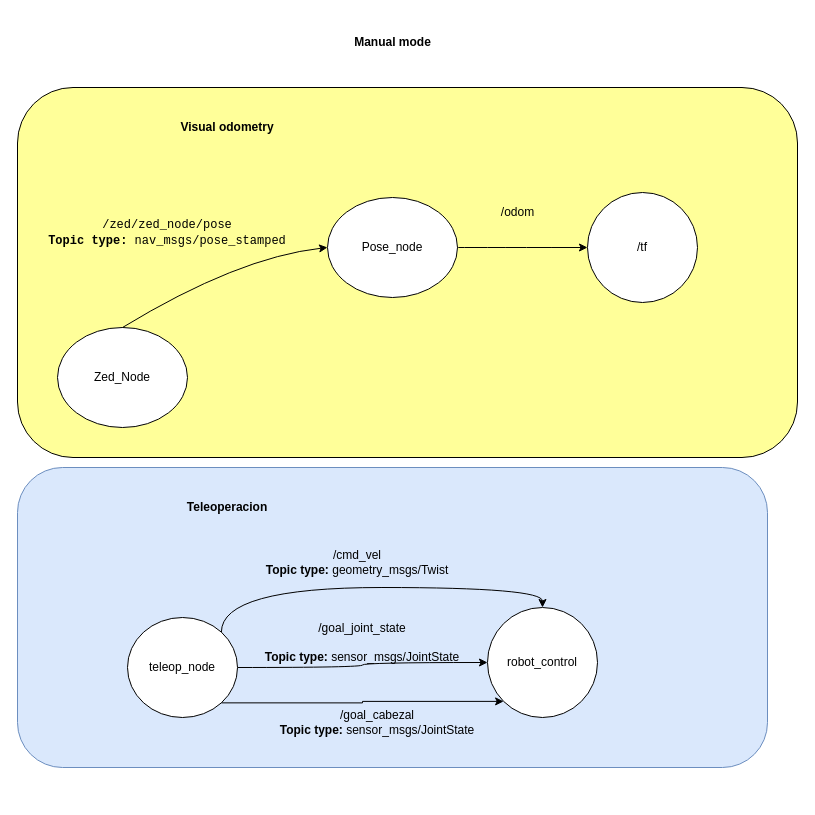
Earlier version of the draw.io diagram Architecture.drawio (jcangaritan/Robot-hospitalario). Source tidied: cells renumbered, new cells numbered last; positions are measured from the earlier drawing's top-left corner, leaving out a move shared by most shapes. Both pictures are drawn from the tidied source at 100%, with x=0, y=0 at pixel (17, 17).
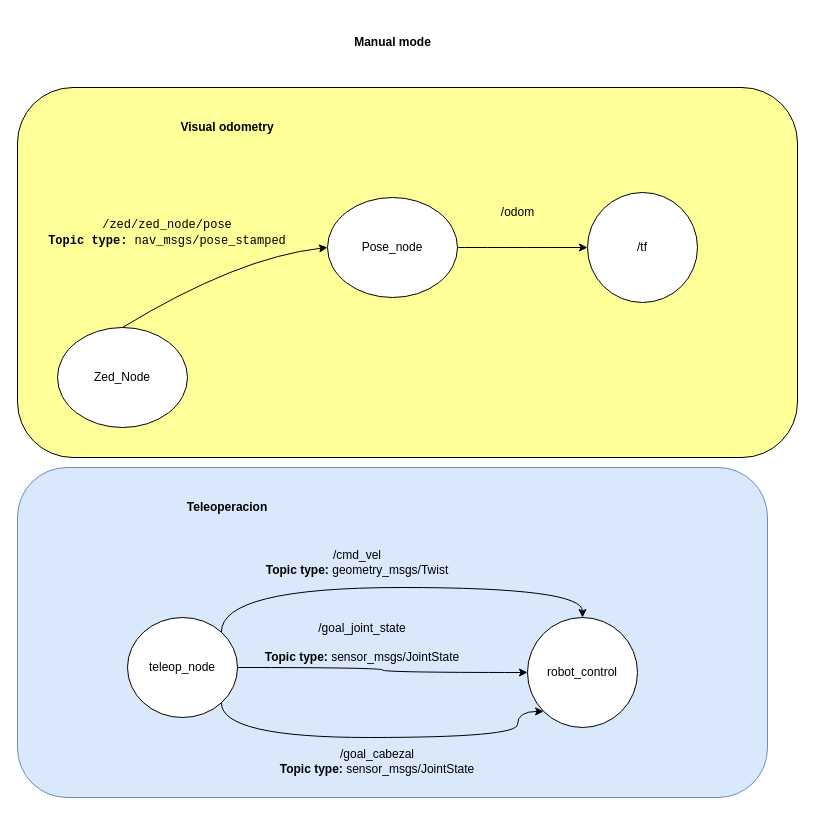
After the change.

Unchanged cells that the change refers to:
```xml
<mxCell id="16" value="teleop_node" style="ellipse;whiteSpace=wrap;html=1;" parent="1" vertex="1">
  <mxGeometry x="110" y="600" width="110" height="100" as="geometry" />
</mxCell>
```

What changed in the source:
```diff
@@
     <mxCell id="2" style="rounded=1;whiteSpace=wrap;html=1;fillColor=#dae8fc;strokeColor=#6c8ebf;" parent="1" vertex="1">
-      <mxGeometry y="450" width="750" height="300" as="geometry" />
+      <mxGeometry y="450" width="750" height="330" as="geometry" />
     </mxCell>
@@
-    <mxCell id="14" style="edgeStyle=orthogonalEdgeStyle;rounded=0;jettySize=auto;html=1;exitX=1;exitY=1;exitDx=0;exitDy=0;entryX=0;entryY=1;entryDx=0;entryDy=0;" parent="1" edge="1" source="16" target="17">
-      <mxGeometry relative="1" as="geometry" />
+    <mxCell id="14" style="edgeStyle=orthogonalEdgeStyle;rounded=0;jettySize=auto;html=1;exitX=1;exitY=1;exitDx=0;exitDy=0;entryX=0;entryY=1;entryDx=0;entryDy=0;curved=1;" parent="1" edge="1" source="16" target="17">
+      <mxGeometry relative="1" as="geometry">
+        <Array as="points">
+          <mxPoint x="204" y="720" />
+          <mxPoint x="500" y="720" />
+          <mxPoint x="500" y="694" />
+        </Array>
+      </mxGeometry>
     </mxCell>
     <mxCell id="15" style="edgeStyle=orthogonalEdgeStyle;rounded=0;jettySize=auto;html=1;exitX=1;exitY=0;exitDx=0;exitDy=0;entryX=0.5;entryY=0;entryDx=0;entryDy=0;curved=1;" parent="1" edge="1" source="16" target="17">
       <mxGeometry relative="1" as="geometry">
         <Array as="points">
           <mxPoint x="204" y="570" />
-          <mxPoint x="525" y="570" />
+          <mxPoint x="565" y="570" />
         </Array>
       </mxGeometry>
     </mxCell>
@@
     <mxCell id="17" value="robot_control" style="ellipse;whiteSpace=wrap;html=1;" parent="1" vertex="1">
-      <mxGeometry x="470" y="590" width="110" height="110" as="geometry" />
+      <mxGeometry x="510" y="600" width="110" height="110" as="geometry" />
     </mxCell>
@@
     <mxCell id="20" value="&lt;div&gt;/goal_cabezal&lt;/div&gt;&lt;div&gt;&lt;b&gt;Topic type: &lt;/b&gt;sensor_msgs/JointState&lt;br&gt;&lt;/div&gt;" style="text;html=1;align=center;verticalAlign=middle;whiteSpace=wrap;rounded=0;" parent="1" vertex="1">
-      <mxGeometry x="240" y="690" width="240" height="30" as="geometry" />
+      <mxGeometry x="240" y="729" width="240" height="30" as="geometry" />
     </mxCell>
```
